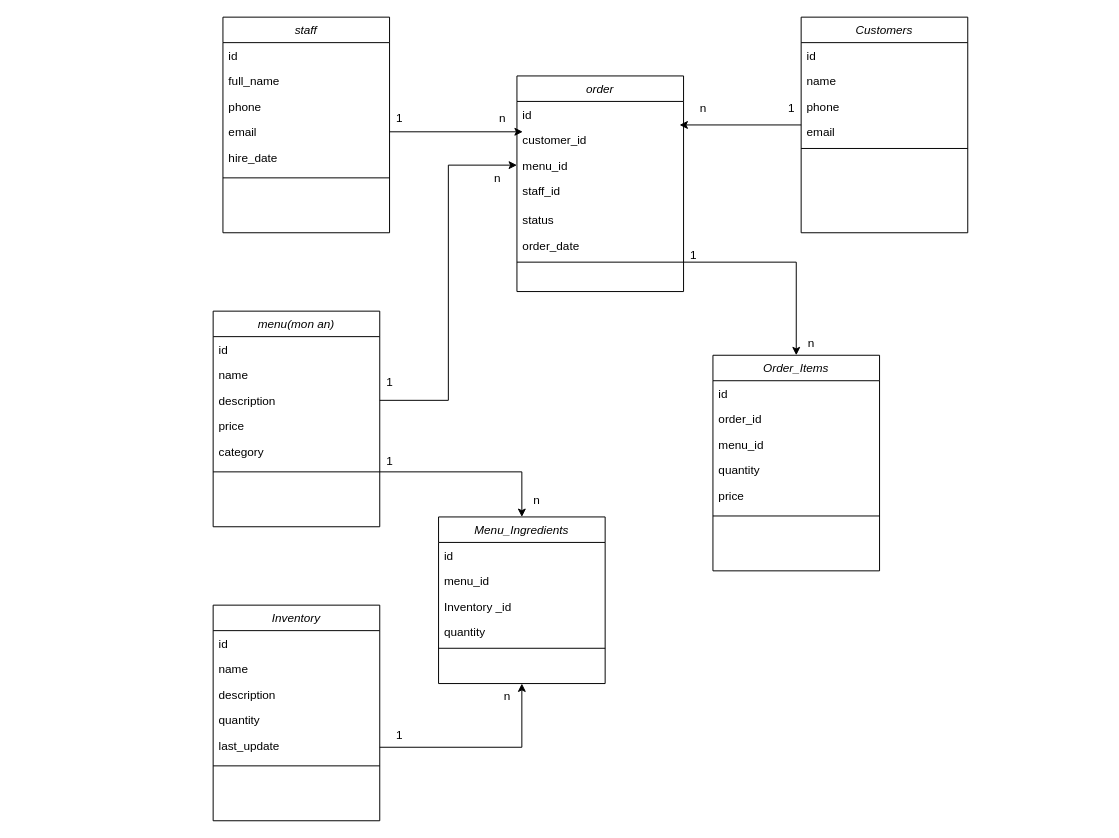
Above: manageRestaurent.drawio in HieuNguyen06nd/JAVA30_SQL (draw.io), before the change. Source tidied: cells renumbered, new cells numbered last; positions are measured from the earlier drawing's top-left corner, leaving out a move shared by most shapes. Both pictures are drawn from the tidied source at 98%, with x=0, y=0 at pixel (213, 17).
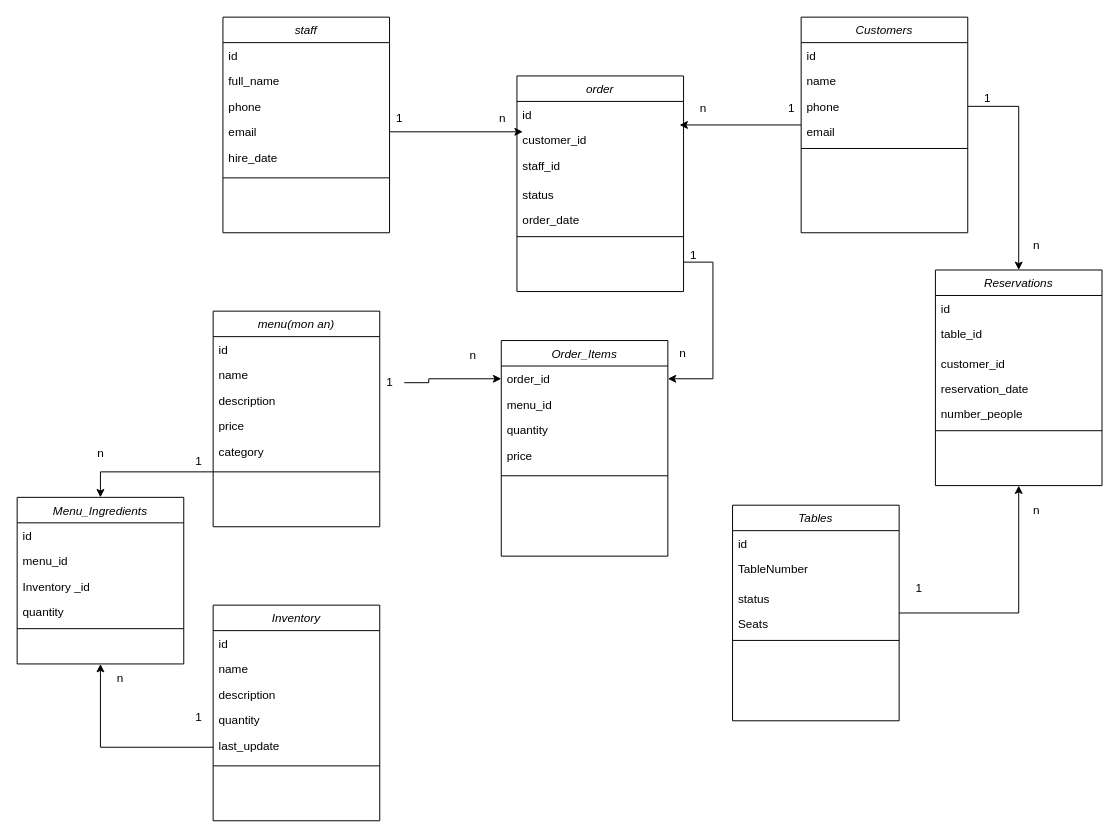
After the change.

Commit message:
Cập nhật manageRestaurent.drawio

Unchanged cells that the change refers to:
```xml
<mxCell id="12" value="description" style="text;align=left;verticalAlign=top;spacingLeft=4;spacingRight=4;overflow=hidden;points=[[0,0.5],[1,0.5]];portConstraint=eastwest;rounded=0;shadow=0;html=0;" parent="9" vertex="1">
  <mxGeometry y="78" width="170" height="26" as="geometry" />
</mxCell>
<mxCell id="30" value="order" style="swimlane;fontStyle=2;align=center;verticalAlign=top;horizontal=1;startSize=26;rounded=0;shadow=0;strokeWidth=1;" parent="1" vertex="1">
  <mxGeometry x="310" y="60" width="170" height="220" as="geometry" />
</mxCell>
<mxCell id="48" value="phone" style="text;align=left;verticalAlign=top;spacingLeft=4;spacingRight=4;overflow=hidden;points=[[0,0.5],[1,0.5]];portConstraint=eastwest;rounded=0;shadow=0;html=0;" parent="45" vertex="1">
  <mxGeometry y="78" width="170" height="26" as="geometry" />
</mxCell>
<mxCell id="58" value="1" style="text;html=1;align=center;verticalAlign=middle;points=[];strokeColor=none;fillColor=none;" parent="1" vertex="1">
  <mxGeometry x="165" y="358" width="30" height="30" as="geometry" />
</mxCell>
```

Diff of the diagram source:
```diff
@@
     <mxCell id="23" value="Menu_Ingredients" style="swimlane;fontStyle=2;align=center;verticalAlign=top;horizontal=1;startSize=26;rounded=0;shadow=0;strokeWidth=1;" parent="1" vertex="1">
-      <mxGeometry x="230" y="510" width="170" height="170" as="geometry" />
+      <mxGeometry x="-200" y="490" width="170" height="170" as="geometry" />
     </mxCell>
@@
-    <mxCell id="29" style="edgeStyle=orthogonalEdgeStyle;rounded=0;jettySize=auto;html=1;entryX=0.5;entryY=0;entryDx=0;entryDy=0;" parent="1" edge="1" source="30" target="38">
+    <mxCell id="29" style="edgeStyle=orthogonalEdgeStyle;rounded=0;jettySize=auto;html=1;entryX=1;entryY=0.5;entryDx=0;entryDy=0;" parent="1" edge="1" source="30">
       <mxGeometry relative="1" as="geometry">
+        <mxPoint x="464" y="369" as="targetPoint" />
         <Array as="points">
-          <mxPoint x="595" y="250" />
+          <mxPoint x="510" y="250" />
+          <mxPoint x="510" y="369" />
         </Array>
       </mxGeometry>
     </mxCell>
@@
-    <mxCell id="33" value="menu_id" style="text;align=left;verticalAlign=top;spacingLeft=4;spacingRight=4;overflow=hidden;points=[[0,0.5],[1,0.5]];portConstraint=eastwest;rounded=0;shadow=0;html=0;" parent="30" vertex="1">
-      <mxGeometry y="78" width="170" height="26" as="geometry" />
-    </mxCell>
     <mxCell id="34" value="staff_id" style="text;align=left;verticalAlign=top;spacingLeft=4;spacingRight=4;overflow=hidden;rounded=0;shadow=0;html=0;" parent="30" vertex="1">
-      <mxGeometry y="104" width="170" height="30" as="geometry" />
+      <mxGeometry y="78" width="170" height="30" as="geometry" />
     </mxCell>
     <mxCell id="35" value="status" style="text;align=left;verticalAlign=top;spacingLeft=4;spacingRight=4;overflow=hidden;rounded=0;shadow=0;html=0;" parent="30" vertex="1">
-      <mxGeometry y="134" width="170" height="26" as="geometry" />
+      <mxGeometry y="108" width="170" height="26" as="geometry" />
     </mxCell>
     <mxCell id="36" value="order_date" style="text;align=left;verticalAlign=top;spacingLeft=4;spacingRight=4;overflow=hidden;rounded=0;shadow=0;html=0;" parent="30" vertex="1">
-      <mxGeometry y="160" width="170" height="26" as="geometry" />
+      <mxGeometry y="134" width="170" height="26" as="geometry" />
     </mxCell>
     <mxCell id="37" style="line;html=1;strokeWidth=1;align=left;verticalAlign=middle;spacingTop=-1;spacingLeft=3;spacingRight=3;labelPosition=right;" parent="30" vertex="1">
-      <mxGeometry y="186" width="170" height="8" as="geometry" />
+      <mxGeometry y="160" width="170" height="8" as="geometry" />
     </mxCell>
     <mxCell id="38" value="Order_Items" style="swimlane;fontStyle=2;align=center;verticalAlign=top;horizontal=1;startSize=26;rounded=0;shadow=0;strokeWidth=1;" parent="1" vertex="1">
-      <mxGeometry x="510" y="345" width="170" height="220" as="geometry" />
+      <mxGeometry x="294" y="330" width="170" height="220" as="geometry" />
     </mxCell>
-    <mxCell id="39" value="id" style="text;align=left;verticalAlign=top;spacingLeft=4;spacingRight=4;overflow=hidden;" parent="38" vertex="1">
-      <mxGeometry y="26" width="170" height="26" as="geometry" />
-    </mxCell>
     <mxCell id="40" value="order_id" style="text;align=left;verticalAlign=top;spacingLeft=4;spacingRight=4;overflow=hidden;rounded=0;shadow=0;html=0;" parent="38" vertex="1">
-      <mxGeometry y="52" width="170" height="26" as="geometry" />
+      <mxGeometry y="26" width="170" height="26" as="geometry" />
     </mxCell>
     <mxCell id="41" value="menu_id" style="text;align=left;verticalAlign=top;spacingLeft=4;spacingRight=4;overflow=hidden;rounded=0;shadow=0;html=0;" parent="38" vertex="1">
-      <mxGeometry y="78" width="170" height="26" as="geometry" />
+      <mxGeometry y="52" width="170" height="26" as="geometry" />
     </mxCell>
     <mxCell id="42" value="quantity" style="text;align=left;verticalAlign=top;spacingLeft=4;spacingRight=4;overflow=hidden;rounded=0;shadow=0;html=0;" parent="38" vertex="1">
-      <mxGeometry y="104" width="170" height="26" as="geometry" />
+      <mxGeometry y="78" width="170" height="26" as="geometry" />
     </mxCell>
     <mxCell id="43" value="price" style="text;align=left;verticalAlign=top;spacingLeft=4;spacingRight=4;overflow=hidden;rounded=0;shadow=0;html=0;" parent="38" vertex="1">
-      <mxGeometry y="130" width="170" height="30" as="geometry" />
+      <mxGeometry y="104" width="170" height="30" as="geometry" />
     </mxCell>
     <mxCell id="44" style="line;html=1;strokeWidth=1;align=left;verticalAlign=middle;spacingTop=-1;spacingLeft=3;spacingRight=3;labelPosition=right;" parent="38" vertex="1">
-      <mxGeometry y="160" width="170" height="8" as="geometry" />
+      <mxGeometry y="134" width="170" height="8" as="geometry" />
     </mxCell>
@@
-    <mxCell id="52" style="edgeStyle=orthogonalEdgeStyle;rounded=0;jettySize=auto;html=1;entryX=0;entryY=0.5;entryDx=0;entryDy=0;" parent="1" edge="1" source="12" target="33">
-      <mxGeometry relative="1" as="geometry" />
-    </mxCell>
@@
+    <mxCell id="68" style="edgeStyle=orthogonalEdgeStyle;rounded=0;jettySize=auto;html=1;entryX=0;entryY=0.5;entryDx=0;entryDy=0;" parent="1" edge="1" source="58">
+      <mxGeometry relative="1" as="geometry">
+        <mxPoint x="294" y="369" as="targetPoint" />
+        <Array as="points">
+          <mxPoint x="220" y="373" />
+          <mxPoint x="220" y="369" />
+        </Array>
+      </mxGeometry>
+    </mxCell>
@@
     <mxCell id="59" value="n" style="text;html=1;align=center;verticalAlign=middle;strokeColor=none;fillColor=none;" parent="1" vertex="1">
-      <mxGeometry x="275" y="150" width="30" height="30" as="geometry" />
+      <mxGeometry x="250" y="330" width="30" height="30" as="geometry" />
     </mxCell>
     <mxCell id="60" value="1" style="text;html=1;align=center;verticalAlign=middle;strokeColor=none;fillColor=none;" parent="1" vertex="1">
-      <mxGeometry x="165" y="438" width="30" height="30" as="geometry" />
+      <mxGeometry x="-30" y="438" width="30" height="30" as="geometry" />
     </mxCell>
     <mxCell id="61" value="n" style="text;html=1;align=center;verticalAlign=middle;strokeColor=none;fillColor=none;" parent="1" vertex="1">
-      <mxGeometry x="315" y="478" width="30" height="30" as="geometry" />
+      <mxGeometry x="-130" y="430" width="30" height="30" as="geometry" />
     </mxCell>
     <mxCell id="62" value="1" style="text;html=1;align=center;verticalAlign=middle;strokeColor=none;fillColor=none;" parent="1" vertex="1">
-      <mxGeometry x="175" y="718" width="30" height="30" as="geometry" />
+      <mxGeometry x="-30" y="700" width="30" height="30" as="geometry" />
     </mxCell>
     <mxCell id="63" value="n" style="text;html=1;align=center;verticalAlign=middle;strokeColor=none;fillColor=none;" parent="1" vertex="1">
-      <mxGeometry x="285" y="678" width="30" height="30" as="geometry" />
+      <mxGeometry x="-110" y="660" width="30" height="30" as="geometry" />
     </mxCell>
@@
     <mxCell id="65" value="n" style="text;html=1;align=center;verticalAlign=middle;strokeColor=none;fillColor=none;" parent="1" vertex="1">
-      <mxGeometry x="595" y="318" width="30" height="30" as="geometry" />
+      <mxGeometry x="464" y="328" width="30" height="30" as="geometry" />
     </mxCell>
@@
+    <mxCell id="69" style="edgeStyle=orthogonalEdgeStyle;rounded=0;jettySize=auto;html=1;entryX=0.5;entryY=1;entryDx=0;entryDy=0;" parent="1" edge="1" source="70" target="76">
+      <mxGeometry relative="1" as="geometry" />
+    </mxCell>
+    <mxCell id="70" value="Tables" style="swimlane;fontStyle=2;align=center;verticalAlign=top;horizontal=1;startSize=26;rounded=0;shadow=0;strokeWidth=1;" parent="1" vertex="1">
+      <mxGeometry x="530" y="498" width="170" height="220" as="geometry" />
+    </mxCell>
+    <mxCell id="71" value="id" style="text;align=left;verticalAlign=top;spacingLeft=4;spacingRight=4;overflow=hidden;" parent="70" vertex="1">
+      <mxGeometry y="26" width="170" height="26" as="geometry" />
+    </mxCell>
+    <mxCell id="72" value="TableNumber" style="text;align=left;verticalAlign=top;spacingLeft=4;spacingRight=4;overflow=hidden;rounded=0;shadow=0;html=0;" parent="70" vertex="1">
+      <mxGeometry y="52" width="170" height="30" as="geometry" />
+    </mxCell>
+    <mxCell id="73" value="status" style="text;align=left;verticalAlign=top;spacingLeft=4;spacingRight=4;overflow=hidden;rounded=0;shadow=0;html=0;" parent="70" vertex="1">
+      <mxGeometry y="82" width="170" height="26" as="geometry" />
+    </mxCell>
+    <mxCell id="74" value="Seats" style="text;align=left;verticalAlign=top;spacingLeft=4;spacingRight=4;overflow=hidden;rounded=0;shadow=0;html=0;" parent="70" vertex="1">
+      <mxGeometry y="108" width="170" height="26" as="geometry" />
+    </mxCell>
+    <mxCell id="75" style="line;html=1;strokeWidth=1;align=left;verticalAlign=middle;spacingTop=-1;spacingLeft=3;spacingRight=3;labelPosition=right;" parent="70" vertex="1">
+      <mxGeometry y="134" width="170" height="8" as="geometry" />
+    </mxCell>
+    <mxCell id="76" value="Reservations" style="swimlane;fontStyle=2;align=center;verticalAlign=top;horizontal=1;startSize=26;rounded=0;shadow=0;strokeWidth=1;" parent="1" vertex="1">
+      <mxGeometry x="737" y="258" width="170" height="220" as="geometry" />
+    </mxCell>
+    <mxCell id="77" value="id" style="text;align=left;verticalAlign=top;spacingLeft=4;spacingRight=4;overflow=hidden;" parent="76" vertex="1">
+      <mxGeometry y="26" width="170" height="26" as="geometry" />
+    </mxCell>
+    <mxCell id="78" value="table_id" style="text;align=left;verticalAlign=top;spacingLeft=4;spacingRight=4;overflow=hidden;rounded=0;shadow=0;html=0;" parent="76" vertex="1">
+      <mxGeometry y="52" width="170" height="30" as="geometry" />
+    </mxCell>
+    <mxCell id="79" value="customer_id" style="text;align=left;verticalAlign=top;spacingLeft=4;spacingRight=4;overflow=hidden;rounded=0;shadow=0;html=0;" parent="76" vertex="1">
+      <mxGeometry y="82" width="170" height="26" as="geometry" />
+    </mxCell>
+    <mxCell id="80" value="reservation_date" style="text;align=left;verticalAlign=top;spacingLeft=4;spacingRight=4;overflow=hidden;rounded=0;shadow=0;html=0;" parent="76" vertex="1">
+      <mxGeometry y="108" width="170" height="26" as="geometry" />
+    </mxCell>
+    <mxCell id="81" value="number_people&#10;" style="text;align=left;verticalAlign=top;spacingLeft=4;spacingRight=4;overflow=hidden;rounded=0;shadow=0;html=0;" parent="76" vertex="1">
+      <mxGeometry y="134" width="170" height="26" as="geometry" />
+    </mxCell>
+    <mxCell id="82" style="line;html=1;strokeWidth=1;align=left;verticalAlign=middle;spacingTop=-1;spacingLeft=3;spacingRight=3;labelPosition=right;" parent="76" vertex="1">
+      <mxGeometry y="160" width="170" height="8" as="geometry" />
+    </mxCell>
+    <mxCell id="83" style="edgeStyle=orthogonalEdgeStyle;rounded=0;jettySize=auto;html=1;" parent="1" edge="1" source="48" target="76">
+      <mxGeometry relative="1" as="geometry" />
+    </mxCell>
+    <mxCell id="84" value="1" style="text;html=1;align=center;verticalAlign=middle;strokeColor=none;fillColor=none;" parent="1" vertex="1">
+      <mxGeometry x="775" y="68" width="30" height="30" as="geometry" />
+    </mxCell>
+    <mxCell id="85" value="n" style="text;html=1;align=center;verticalAlign=middle;strokeColor=none;fillColor=none;" parent="1" vertex="1">
+      <mxGeometry x="825" y="218" width="30" height="30" as="geometry" />
+    </mxCell>
+    <mxCell id="86" value="n" style="text;html=1;align=center;verticalAlign=middle;strokeColor=none;fillColor=none;" parent="1" vertex="1">
+      <mxGeometry x="825" y="488" width="30" height="30" as="geometry" />
+    </mxCell>
+    <mxCell id="87" value="1" style="text;html=1;align=center;verticalAlign=middle;strokeColor=none;fillColor=none;" parent="1" vertex="1">
+      <mxGeometry x="705" y="568" width="30" height="30" as="geometry" />
+    </mxCell>
```
